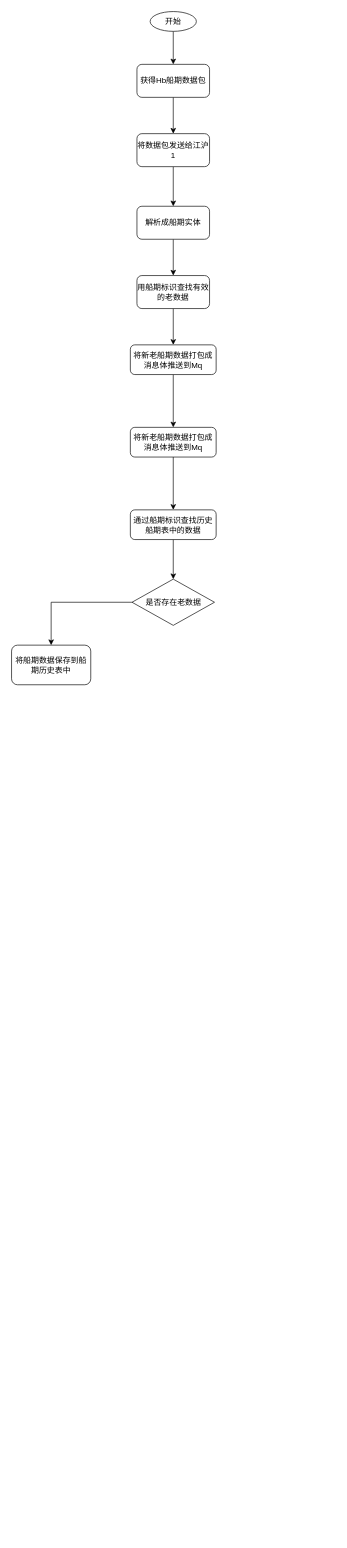
Before: port-manager/Hb船期定时任务.drawio in caixuecheng/track-drawio, a draw.io diagram. Source tidied: cells renumbered, new cells numbered last; positions are measured from the earlier drawing's top-left corner, leaving out a move shared by most shapes. Both pictures are drawn from the tidied source at 66%, with x=0, y=0 at pixel (11, 11).
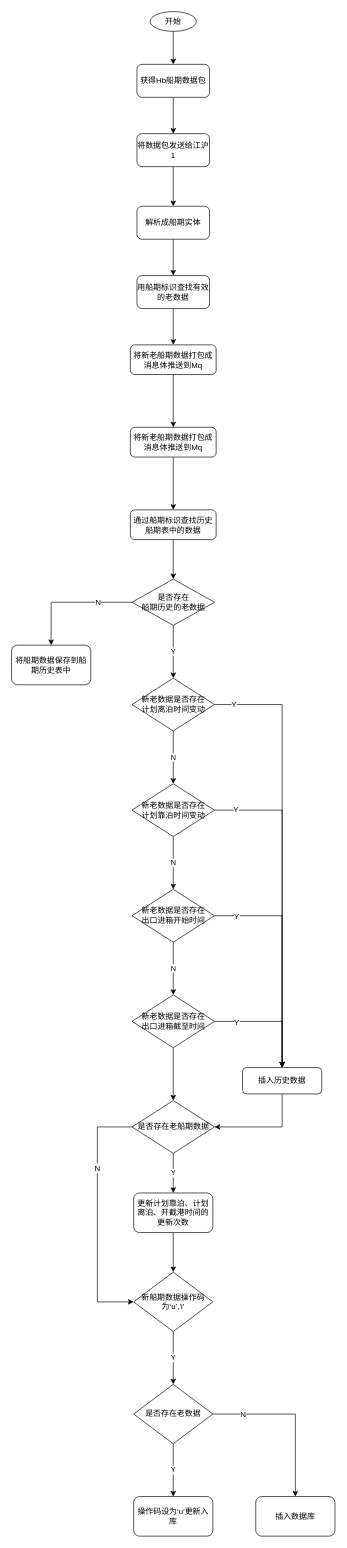
The same page after the edit.

Commit message (it also covers changes not shown here):
更新Hb船期定时任务.drawio

The change refers to these unchanged cells:
```xml
<mxCell id="18" style="edgeStyle=orthogonalEdgeStyle;rounded=0;jettySize=auto;html=1;exitX=0;exitY=0.5;exitDx=0;exitDy=0;entryX=0.5;entryY=0;entryDx=0;entryDy=0;" parent="1" edge="1" source="19" target="20">
  <mxGeometry relative="1" as="geometry" />
</mxCell>
```

Diff of the diagram source:
```diff
@@
+    <mxCell id="21" value="N" style="text;html=1;align=center;verticalAlign=middle;labelBackgroundColor=#ffffff;" parent="18" vertex="1">
+      <mxGeometry x="-0.45" y="-1" relative="1" as="geometry" />
+    </mxCell>
+    <mxCell id="22" value="Y" style="edgeStyle=orthogonalEdgeStyle;rounded=0;jettySize=auto;html=1;" parent="1" edge="1" source="19" target="26">
+      <mxGeometry relative="1" as="geometry" />
+    </mxCell>
-    <mxCell id="19" value="是否存在老数据" style="rhombus;whiteSpace=wrap;html=1;" parent="1" vertex="1">
+    <mxCell id="19" value="是否存在&lt;br&gt;船期历史的老数据" style="rhombus;whiteSpace=wrap;html=1;" parent="1" vertex="1">
       <mxGeometry x="182.5" y="860" width="125" height="70" as="geometry" />
     </mxCell>
+    <mxCell id="23" value="N" style="edgeStyle=orthogonalEdgeStyle;rounded=0;jettySize=auto;html=1;" parent="1" edge="1" source="26" target="30">
+      <mxGeometry relative="1" as="geometry" />
+    </mxCell>
+    <mxCell id="24" style="edgeStyle=orthogonalEdgeStyle;rounded=0;jettySize=auto;html=1;exitX=1;exitY=0.5;exitDx=0;exitDy=0;" parent="1" edge="1" source="26" target="44">
+      <mxGeometry relative="1" as="geometry" />
+    </mxCell>
+    <mxCell id="25" value="Y" style="text;html=1;align=center;verticalAlign=middle;labelBackgroundColor=#ffffff;" parent="24" vertex="1">
+      <mxGeometry x="-0.91" y="1" relative="1" as="geometry" />
+    </mxCell>
+    <mxCell id="26" value="新老数据是否存在&lt;br&gt;计划离泊时间变动" style="rhombus;whiteSpace=wrap;html=1;" parent="1" vertex="1">
+      <mxGeometry x="182.5" y="1010" width="125" height="80" as="geometry" />
+    </mxCell>
+    <mxCell id="27" value="N" style="edgeStyle=orthogonalEdgeStyle;rounded=0;jettySize=auto;html=1;" parent="1" edge="1" source="30" target="34">
+      <mxGeometry relative="1" as="geometry" />
+    </mxCell>
+    <mxCell id="28" style="edgeStyle=orthogonalEdgeStyle;rounded=0;jettySize=auto;html=1;exitX=1;exitY=0.5;exitDx=0;exitDy=0;" parent="1" edge="1" source="30" target="44">
+      <mxGeometry relative="1" as="geometry" />
+    </mxCell>
+    <mxCell id="29" value="Y" style="text;html=1;align=center;verticalAlign=middle;labelBackgroundColor=#ffffff;" parent="28" vertex="1">
+      <mxGeometry x="-0.87" y="1" relative="1" as="geometry" />
+    </mxCell>
+    <mxCell id="30" value="新老数据是否存在&lt;br&gt;计划靠泊时间变动" style="rhombus;whiteSpace=wrap;html=1;" parent="1" vertex="1">
+      <mxGeometry x="182.5" y="1170" width="125" height="80" as="geometry" />
+    </mxCell>
+    <mxCell id="31" value="N" style="edgeStyle=orthogonalEdgeStyle;rounded=0;jettySize=auto;html=1;" parent="1" edge="1" source="34" target="38">
+      <mxGeometry relative="1" as="geometry" />
+    </mxCell>
+    <mxCell id="32" style="edgeStyle=orthogonalEdgeStyle;rounded=0;jettySize=auto;html=1;exitX=1;exitY=0.5;exitDx=0;exitDy=0;" parent="1" edge="1" source="34" target="44">
+      <mxGeometry relative="1" as="geometry" />
+    </mxCell>
+    <mxCell id="33" value="Y" style="text;html=1;align=center;verticalAlign=middle;labelBackgroundColor=#ffffff;" parent="32" vertex="1">
+      <mxGeometry x="-0.8" y="-1" relative="1" as="geometry" />
+    </mxCell>
+    <mxCell id="34" value="新老数据是否存在&lt;br&gt;出口进箱开始时间" style="rhombus;whiteSpace=wrap;html=1;" parent="1" vertex="1">
+      <mxGeometry x="182.5" y="1330" width="125" height="80" as="geometry" />
+    </mxCell>
+    <mxCell id="35" style="edgeStyle=orthogonalEdgeStyle;rounded=0;jettySize=auto;html=1;exitX=1;exitY=0.5;exitDx=0;exitDy=0;entryX=0.5;entryY=0;entryDx=0;entryDy=0;" parent="1" edge="1" source="38" target="44">
+      <mxGeometry relative="1" as="geometry" />
+    </mxCell>
+    <mxCell id="36" value="Y" style="text;html=1;align=center;verticalAlign=middle;labelBackgroundColor=#ffffff;" parent="35" vertex="1">
+      <mxGeometry x="-0.62" y="-1" relative="1" as="geometry" />
+    </mxCell>
+    <mxCell id="37" style="edgeStyle=orthogonalEdgeStyle;rounded=0;jettySize=auto;html=1;" parent="1" edge="1" source="38" target="42">
+      <mxGeometry relative="1" as="geometry" />
+    </mxCell>
+    <mxCell id="38" value="新老数据是否存在&lt;br&gt;出口进箱截至时间" style="rhombus;whiteSpace=wrap;html=1;" parent="1" vertex="1">
+      <mxGeometry x="182.5" y="1490" width="125" height="80" as="geometry" />
+    </mxCell>
+    <mxCell id="39" value="Y" style="edgeStyle=orthogonalEdgeStyle;rounded=0;jettySize=auto;html=1;exitX=0.5;exitY=1;exitDx=0;exitDy=0;entryX=0.5;entryY=0;entryDx=0;entryDy=0;" parent="1" edge="1" source="42" target="46">
+      <mxGeometry relative="1" as="geometry" />
+    </mxCell>
+    <mxCell id="40" style="edgeStyle=orthogonalEdgeStyle;rounded=0;jettySize=auto;html=1;exitX=0;exitY=0.5;exitDx=0;exitDy=0;entryX=0;entryY=0.5;entryDx=0;entryDy=0;" parent="1" edge="1" source="42" target="48">
+      <mxGeometry relative="1" as="geometry">
+        <Array as="points">
+          <mxPoint x="130" y="1690" />
+          <mxPoint x="130" y="1955" />
+        </Array>
+      </mxGeometry>
+    </mxCell>
+    <mxCell id="41" value="N" style="text;html=1;align=center;verticalAlign=middle;labelBackgroundColor=#ffffff;" parent="40" vertex="1">
+      <mxGeometry x="-0.38" y="-1" relative="1" as="geometry" />
+    </mxCell>
+    <mxCell id="42" value="是否存在老船期数据" style="rhombus;whiteSpace=wrap;html=1;" parent="1" vertex="1">
+      <mxGeometry x="182.5" y="1650" width="125" height="80" as="geometry" />
+    </mxCell>
@@
+    <mxCell id="43" style="edgeStyle=orthogonalEdgeStyle;rounded=0;jettySize=auto;html=1;exitX=0.5;exitY=1;exitDx=0;exitDy=0;entryX=1;entryY=0.5;entryDx=0;entryDy=0;" parent="1" edge="1" source="44" target="42">
+      <mxGeometry relative="1" as="geometry" />
+    </mxCell>
+    <mxCell id="44" value="插入历史数据" style="rounded=1;whiteSpace=wrap;html=1;" parent="1" vertex="1">
+      <mxGeometry x="350" y="1600" width="120" height="40" as="geometry" />
+    </mxCell>
+    <mxCell id="45" style="edgeStyle=orthogonalEdgeStyle;rounded=0;jettySize=auto;html=1;exitX=0.5;exitY=1;exitDx=0;exitDy=0;entryX=0.5;entryY=0;entryDx=0;entryDy=0;" parent="1" edge="1" source="46" target="48">
+      <mxGeometry relative="1" as="geometry" />
+    </mxCell>
+    <mxCell id="46" value="更新计划靠泊、计划离泊、开截港时间的更新次数" style="rounded=1;whiteSpace=wrap;html=1;" parent="1" vertex="1">
+      <mxGeometry x="185" y="1790" width="120" height="60" as="geometry" />
+    </mxCell>
+    <mxCell id="47" value="Y" style="edgeStyle=orthogonalEdgeStyle;rounded=0;jettySize=auto;html=1;" parent="1" edge="1" source="48" target="52">
+      <mxGeometry relative="1" as="geometry" />
+    </mxCell>
+    <mxCell id="48" value="新船期数据操作码为‘u’,'i'" style="rhombus;whiteSpace=wrap;html=1;" parent="1" vertex="1">
+      <mxGeometry x="185" y="1910" width="120" height="90" as="geometry" />
+    </mxCell>
+    <mxCell id="49" value="Y" style="edgeStyle=orthogonalEdgeStyle;rounded=0;jettySize=auto;html=1;exitX=0.5;exitY=1;exitDx=0;exitDy=0;entryX=0.5;entryY=0;entryDx=0;entryDy=0;" parent="1" edge="1" source="52" target="53">
+      <mxGeometry relative="1" as="geometry" />
+    </mxCell>
+    <mxCell id="50" style="edgeStyle=orthogonalEdgeStyle;rounded=0;jettySize=auto;html=1;exitX=1;exitY=0.5;exitDx=0;exitDy=0;entryX=0.5;entryY=0;entryDx=0;entryDy=0;" parent="1" edge="1" source="52" target="54">
+      <mxGeometry relative="1" as="geometry" />
+    </mxCell>
+    <mxCell id="51" value="N" style="text;html=1;align=center;verticalAlign=middle;labelBackgroundColor=#ffffff;" parent="50" vertex="1">
+      <mxGeometry x="-0.64" relative="1" as="geometry" />
+    </mxCell>
+    <mxCell id="52" value="是否存在老数据" style="rhombus;whiteSpace=wrap;html=1;" parent="1" vertex="1">
+      <mxGeometry x="185" y="2080" width="120" height="90" as="geometry" />
+    </mxCell>
+    <mxCell id="53" value="操作码设为‘u'更新入库" style="rounded=1;whiteSpace=wrap;html=1;" parent="1" vertex="1">
+      <mxGeometry x="185" y="2250" width="120" height="60" as="geometry" />
+    </mxCell>
+    <mxCell id="54" value="插入数据库" style="rounded=1;whiteSpace=wrap;html=1;" parent="1" vertex="1">
+      <mxGeometry x="370" y="2250" width="120" height="60" as="geometry" />
+    </mxCell>
```
